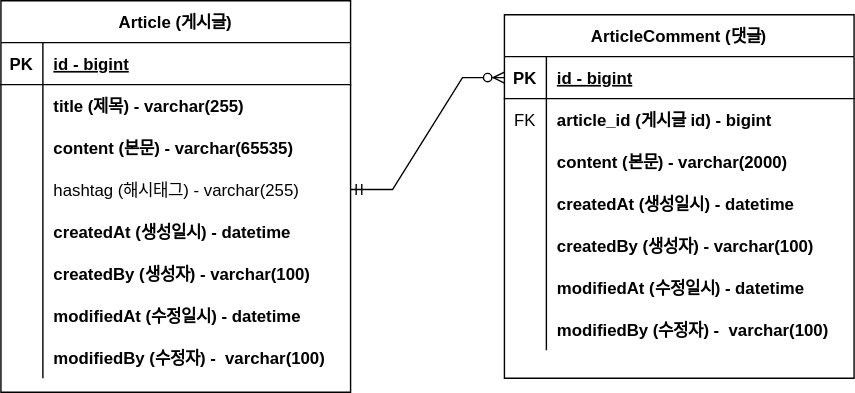
The draw.io diagram document/project-board-erd.svg in HYERIN0718/fastcampus-project-board, before a commit. Source tidied: cells renumbered, new cells last; positions are measured from the earlier drawing's top-left corner, leaving out a move shared by most shapes.
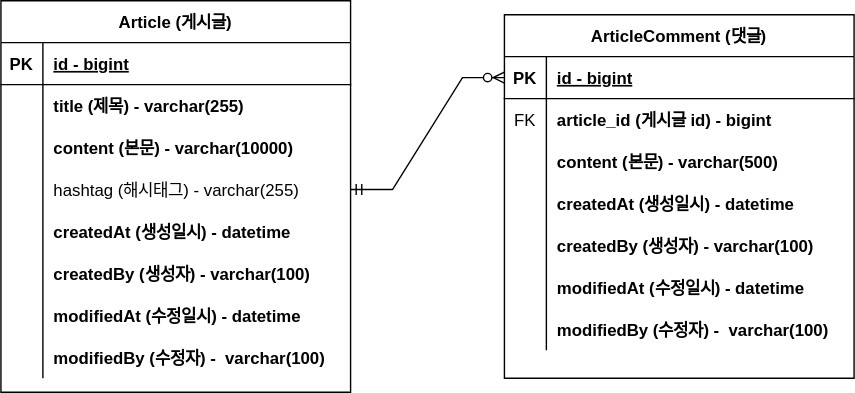
After the change.

Commit message:
#10 - ERD 업데이트 : content 사이즈 변경함

Diff of the diagram source:
```diff
@@ -29,7 +29,7 @@
     <mxCell id="10" style="shape=partialRectangle;overflow=hidden;fillColor=none;top=0;left=0;bottom=0;right=0;" parent="9" vertex="1">
       <mxGeometry width="30" height="30" as="geometry" />
     </mxCell>
-    <mxCell id="11" value="content (본문) - varchar(2000)" style="shape=partialRectangle;overflow=hidden;fillColor=none;top=0;left=0;bottom=0;right=0;align=left;spacingLeft=6;fontStyle=1;" parent="9" vertex="1">
+    <mxCell id="11" value="content (본문) - varchar(500)" style="shape=partialRectangle;overflow=hidden;fillColor=none;top=0;left=0;bottom=0;right=0;align=left;spacingLeft=6;fontStyle=1;" parent="9" vertex="1">
       <mxGeometry x="30" width="220" height="30" as="geometry" />
     </mxCell>
     <mxCell id="12" style="shape=partialRectangle;fillColor=none;top=0;left=0;right=0;bottom=0;" parent="2" vertex="1">
@@ -95,7 +95,7 @@
     <mxCell id="32" style="shape=partialRectangle;fillColor=none;top=0;left=0;bottom=0;right=0;overflow=hidden;" parent="31" vertex="1">
       <mxGeometry width="30" height="30" as="geometry" />
     </mxCell>
-    <mxCell id="33" value="content (본문) - varchar(65535)" style="shape=partialRectangle;fillColor=none;top=0;left=0;bottom=0;right=0;align=left;spacingLeft=6;overflow=hidden;fontStyle=1;" parent="31" vertex="1">
+    <mxCell id="33" value="content (본문) - varchar(10000)" style="shape=partialRectangle;fillColor=none;top=0;left=0;bottom=0;right=0;align=left;spacingLeft=6;overflow=hidden;fontStyle=1;" parent="31" vertex="1">
       <mxGeometry x="30" width="220" height="30" as="geometry" />
     </mxCell>
     <mxCell id="34" style="shape=tableRow;horizontal=0;startSize=0;swimlaneHead=0;swimlaneBody=0;fillColor=none;points=[[0,0.5],[1,0.5]];portConstraint=eastwest;top=0;left=0;right=0;bottom=0;" parent="24" vertex="1">
```
